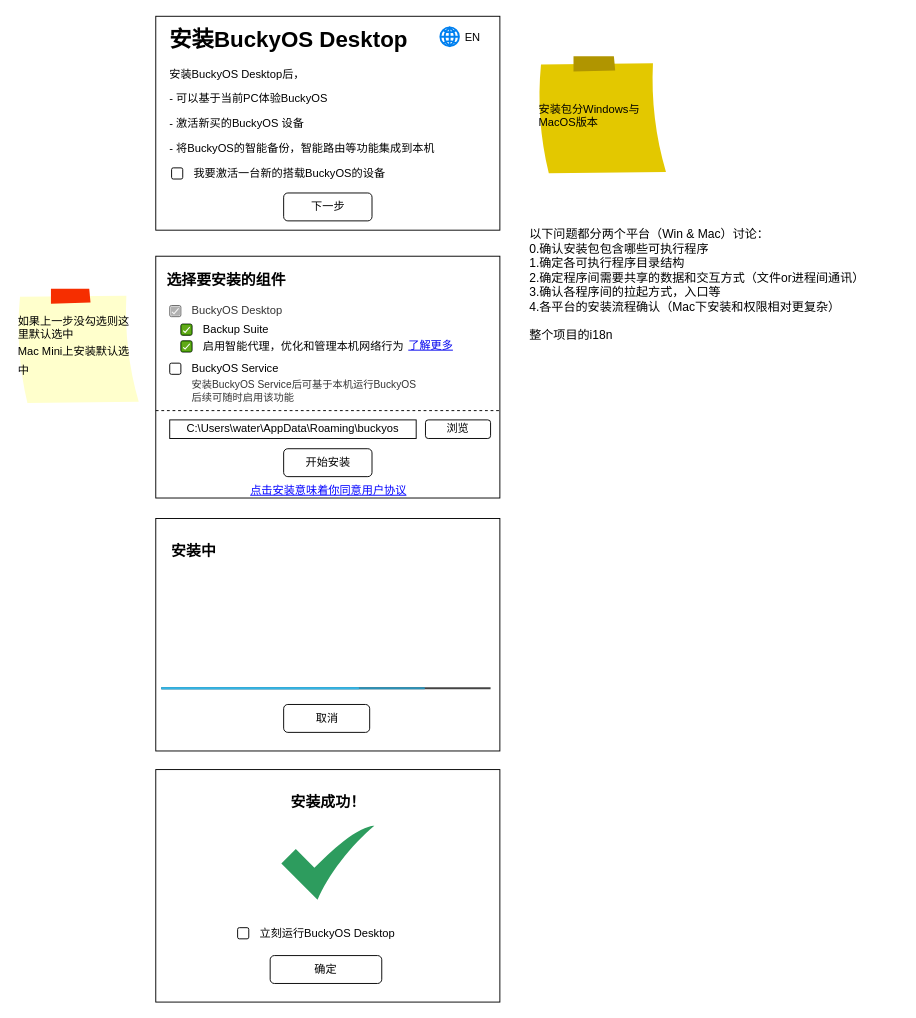
Above: page "安装" (1 of 4) of doc/PRD/desktop_beta1.drawio in buckyos/buckyos (draw.io), before the change. Source tidied: cells renumbered, new cells numbered last; positions are measured from the earlier drawing's top-left corner, leaving out a move shared by most shapes. Both pictures are drawn from the tidied source at 93%, with x=0, y=0 at pixel (16, 16).
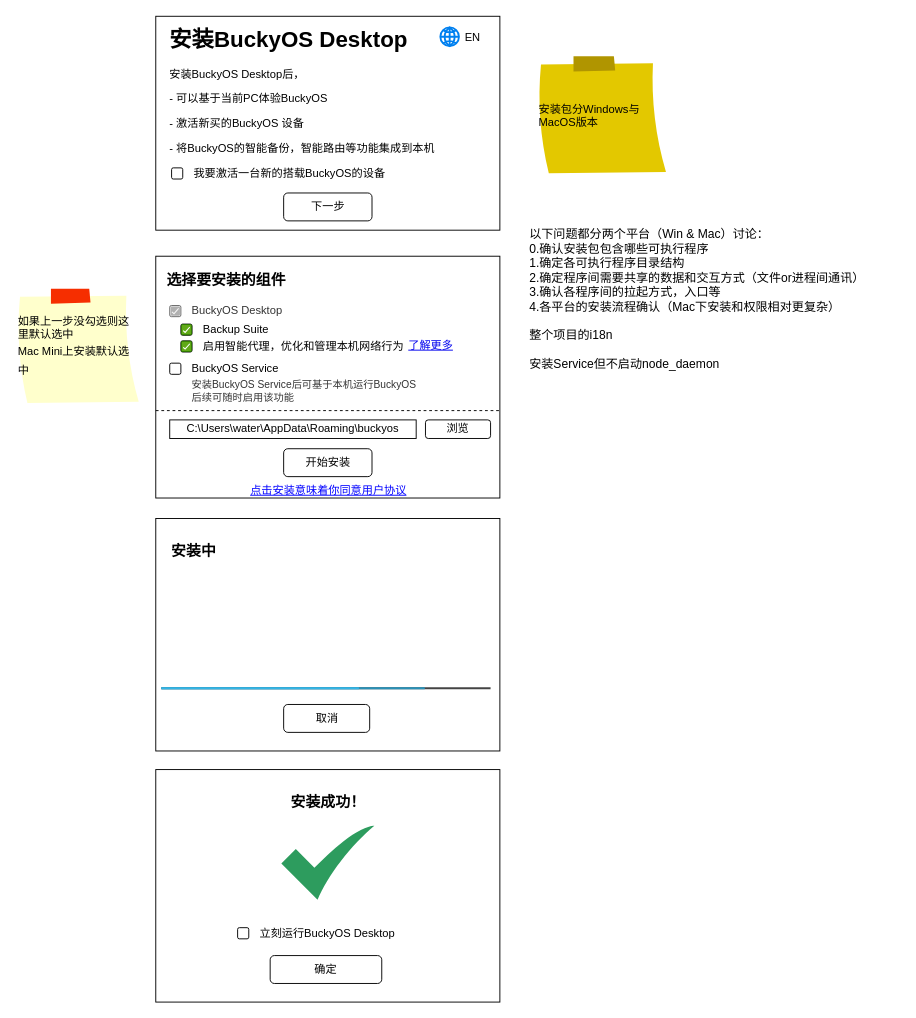
The same page after the edit.

Diff of the diagram source:
```diff
@@
-    <mxCell id="35" value="以下问题都分两个平台（Win &amp;amp; Mac）讨论：&lt;br&gt;0.确认安装包包含哪些可执行程序&lt;br&gt;&lt;div&gt;1.确定各可执行程序目录结构&lt;br&gt;2.确定程序间需要共享的数据和交互方式（文件or进程间通讯）&lt;/div&gt;&lt;div&gt;3.确认各程序间的拉起方式，入口等&lt;br&gt;&lt;div&gt;4.各平台的安装流程确认（Mac下安装和权限相对更复杂）&lt;/div&gt;&lt;/div&gt;&lt;div&gt;&lt;br&gt;&lt;/div&gt;&lt;div&gt;整个项目的i18n&lt;/div&gt;" style="text;html=1;align=left;verticalAlign=top;whiteSpace=wrap;rounded=0;fontSize=13;" parent="1" vertex="1">
-      <mxGeometry x="550" y="220" width="400" height="310" as="geometry" />
+    <mxCell id="35" value="以下问题都分两个平台（Win &amp;amp; Mac）讨论：&lt;br&gt;0.确认安装包包含哪些可执行程序&lt;br&gt;&lt;div&gt;1.确定各可执行程序目录结构&lt;br&gt;2.确定程序间需要共享的数据和交互方式（文件or进程间通讯）&lt;/div&gt;&lt;div&gt;3.确认各程序间的拉起方式，入口等&lt;br&gt;&lt;div&gt;4.各平台的安装流程确认（Mac下安装和权限相对更复杂）&lt;/div&gt;&lt;/div&gt;&lt;div&gt;&lt;br&gt;&lt;/div&gt;&lt;div&gt;整个项目的i18n&lt;/div&gt;&lt;div&gt;&lt;br&gt;&lt;/div&gt;&lt;div&gt;安装Service但不启动node_daemon&lt;/div&gt;" style="text;html=1;align=left;verticalAlign=top;whiteSpace=wrap;rounded=0;fontSize=13;" parent="1" vertex="1">
+      <mxGeometry x="550" y="220" width="390" height="340" as="geometry" />
     </mxCell>
```
